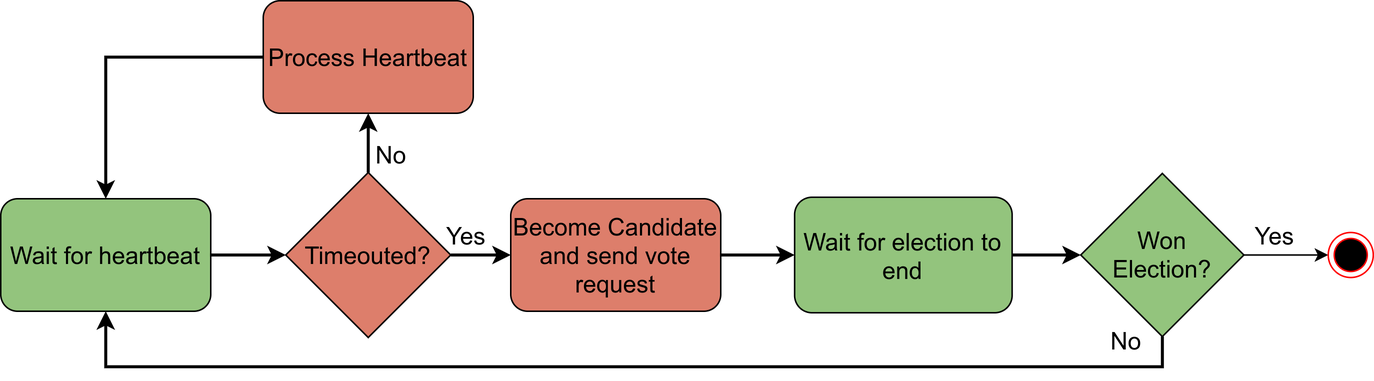
The draw.io diagram images/LeaderElectionHeartbeatThread.png in Boffmann/masterThesis, before a commit. Source tidied: cells renumbered, new cells last; positions are measured from the earlier drawing's top-left corner, leaving out a move shared by most shapes.
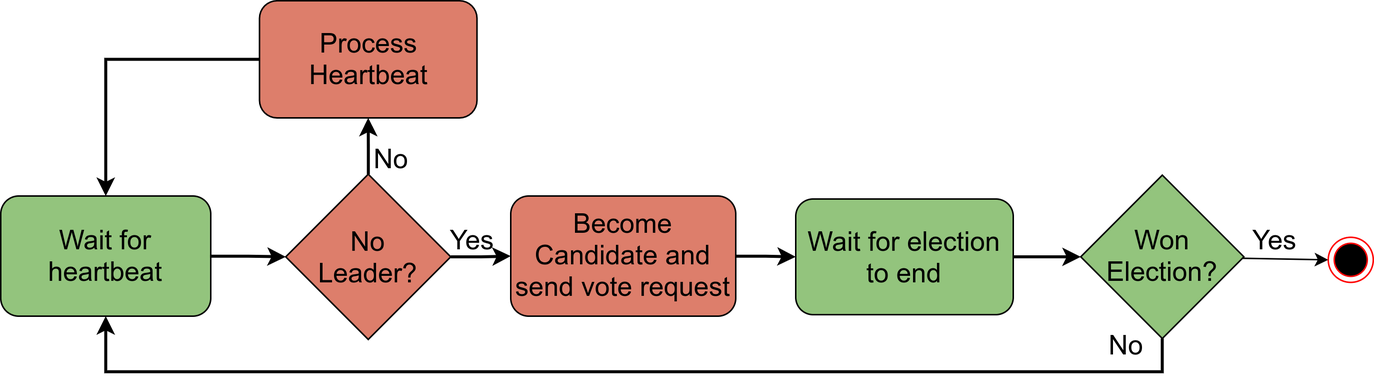
After the commit.

Diff of the diagram source:
```diff
@@ -5,8 +5,8 @@
     <mxCell id="2" style="edgeStyle=orthogonalEdgeStyle;rounded=0;jettySize=auto;html=1;entryX=0;entryY=0.5;entryDx=0;entryDy=0;endArrow=classic;endFill=1;strokeWidth=2;" parent="1" edge="1" source="3" target="6">
       <mxGeometry relative="1" as="geometry" />
     </mxCell>
-    <mxCell id="3" value="&lt;font style=&quot;font-size: 16px&quot;&gt;Wait for heartbeat&lt;/font&gt;" style="rounded=1;whiteSpace=wrap;html=1;fillColor=#93C47D;" parent="1" vertex="1">
-      <mxGeometry y="132" width="140" height="75" as="geometry" />
+    <mxCell id="3" value="&lt;font style=&quot;font-size: 18px&quot;&gt;Wait for heartbeat&lt;/font&gt;" style="rounded=1;whiteSpace=wrap;html=1;fillColor=#93C47D;" parent="1" vertex="1">
+      <mxGeometry y="127" width="140" height="80" as="geometry" />
     </mxCell>
     <mxCell id="4" style="edgeStyle=orthogonalEdgeStyle;rounded=0;jettySize=auto;html=1;entryX=0.5;entryY=1;entryDx=0;entryDy=0;endArrow=classic;endFill=1;strokeWidth=2;" parent="1" edge="1" source="6" target="8">
       <mxGeometry relative="1" as="geometry" />
@@ -14,26 +14,26 @@
     <mxCell id="5" style="edgeStyle=orthogonalEdgeStyle;rounded=0;jettySize=auto;html=1;entryX=0;entryY=0.5;entryDx=0;entryDy=0;endArrow=classic;endFill=1;strokeWidth=2;" parent="1" edge="1" source="6" target="10">
       <mxGeometry relative="1" as="geometry" />
     </mxCell>
-    <mxCell id="6" value="&lt;font style=&quot;font-size: 16px&quot;&gt;Timeouted?&lt;/font&gt;" style="rhombus;whiteSpace=wrap;html=1;fillColor=#DD7E6B;" parent="1" vertex="1">
-      <mxGeometry x="190" y="114.5" width="110" height="110" as="geometry" />
+    <mxCell id="6" value="&lt;font style=&quot;font-size: 18px&quot;&gt;No&lt;br&gt;Leader?&lt;/font&gt;" style="rhombus;whiteSpace=wrap;html=1;fillColor=#DD7E6B;" parent="1" vertex="1">
+      <mxGeometry x="190" y="112.5" width="110" height="110" as="geometry" />
     </mxCell>
     <mxCell id="7" style="edgeStyle=orthogonalEdgeStyle;rounded=0;jettySize=auto;html=1;entryX=0.5;entryY=0;entryDx=0;entryDy=0;endArrow=classic;endFill=1;strokeWidth=2;" parent="1" edge="1" source="8" target="3">
       <mxGeometry relative="1" as="geometry" />
     </mxCell>
-    <mxCell id="8" value="&lt;font style=&quot;font-size: 16px&quot;&gt;Process Heartbeat&lt;/font&gt;" style="rounded=1;whiteSpace=wrap;html=1;fillColor=#DD7E6B;" parent="1" vertex="1">
-      <mxGeometry x="175" width="140" height="75" as="geometry" />
+    <mxCell id="8" value="&lt;font style=&quot;font-size: 18px&quot;&gt;Process Heartbeat&lt;/font&gt;" style="rounded=1;whiteSpace=wrap;html=1;fillColor=#DD7E6B;" parent="1" vertex="1">
+      <mxGeometry x="172.5" y="-3" width="145" height="78" as="geometry" />
     </mxCell>
     <mxCell id="9" style="edgeStyle=orthogonalEdgeStyle;rounded=0;jettySize=auto;html=1;entryX=0;entryY=0.5;entryDx=0;entryDy=0;endArrow=classic;endFill=1;strokeWidth=2;" parent="1" edge="1" source="10" target="12">
       <mxGeometry relative="1" as="geometry" />
     </mxCell>
-    <mxCell id="10" value="&lt;font style=&quot;font-size: 16px&quot;&gt;Become Candidate and send vote request&lt;/font&gt;" style="rounded=1;whiteSpace=wrap;html=1;gradientDirection=north;fillColor=#DD7E6B;" parent="1" vertex="1">
-      <mxGeometry x="340" y="132" width="140" height="75" as="geometry" />
+    <mxCell id="10" value="&lt;font style=&quot;font-size: 18px&quot;&gt;Become Candidate and send vote request&lt;/font&gt;" style="rounded=1;whiteSpace=wrap;html=1;gradientDirection=north;fillColor=#DD7E6B;" parent="1" vertex="1">
+      <mxGeometry x="340" y="127" width="150" height="80" as="geometry" />
     </mxCell>
     <mxCell id="11" style="edgeStyle=orthogonalEdgeStyle;rounded=0;jettySize=auto;html=1;entryX=0;entryY=0.5;entryDx=0;entryDy=0;endArrow=classic;endFill=1;strokeWidth=2;" parent="1" edge="1" source="12" target="15">
       <mxGeometry relative="1" as="geometry" />
     </mxCell>
-    <mxCell id="12" value="&lt;font style=&quot;font-size: 16px&quot;&gt;Wait for election to end&lt;/font&gt;" style="rounded=1;whiteSpace=wrap;html=1;fillColor=#93C47D;" parent="1" vertex="1">
-      <mxGeometry x="529.2" y="131" width="145" height="77" as="geometry" />
+    <mxCell id="12" value="&lt;font style=&quot;font-size: 18px&quot;&gt;Wait for election to end&lt;/font&gt;" style="rounded=1;whiteSpace=wrap;html=1;fillColor=#93C47D;" parent="1" vertex="1">
+      <mxGeometry x="530" y="129" width="145" height="77" as="geometry" />
     </mxCell>
     <mxCell id="13" style="edgeStyle=none;rounded=0;jettySize=auto;html=1;entryX=0;entryY=0.5;entryDx=0;entryDy=0;endArrow=classic;endFill=1;" parent="1" edge="1" source="15" target="16">
       <mxGeometry relative="1" as="geometry" />
@@ -46,23 +46,23 @@
         </Array>
       </mxGeometry>
     </mxCell>
-    <mxCell id="15" value="&lt;font style=&quot;font-size: 16px&quot;&gt;Won&lt;br&gt;Election?&lt;/font&gt;" style="rhombus;whiteSpace=wrap;html=1;fillColor=#93C47D;" parent="1" vertex="1">
-      <mxGeometry x="720" y="115.1" width="108.8" height="108.8" as="geometry" />
+    <mxCell id="15" value="&lt;font style=&quot;font-size: 18px&quot;&gt;Won&lt;br&gt;Election?&lt;/font&gt;" style="rhombus;whiteSpace=wrap;html=1;fillColor=#93C47D;" parent="1" vertex="1">
+      <mxGeometry x="720" y="113.1" width="108.8" height="108.8" as="geometry" />
     </mxCell>
     <mxCell id="16" style="ellipse;html=1;shape=endState;fillColor=#000000;strokeColor=#ff0000;" parent="1" vertex="1">
       <mxGeometry x="885" y="154.5" width="30" height="30" as="geometry" />
     </mxCell>
-    <mxCell id="17" value="&lt;font style=&quot;font-size: 16px&quot;&gt;Yes&lt;/font&gt;" style="text;html=1;align=center;verticalAlign=middle;" parent="1" vertex="1">
+    <mxCell id="17" value="&lt;font style=&quot;font-size: 18px&quot;&gt;Yes&lt;/font&gt;" style="text;html=1;align=center;verticalAlign=middle;" parent="1" vertex="1">
       <mxGeometry x="828.8" y="147" width="40" height="20" as="geometry" />
     </mxCell>
-    <mxCell id="18" value="&lt;font style=&quot;font-size: 16px&quot;&gt;No&lt;/font&gt;" style="text;html=1;align=center;verticalAlign=middle;" parent="1" vertex="1">
+    <mxCell id="18" value="&lt;font style=&quot;font-size: 18px&quot;&gt;No&lt;/font&gt;" style="text;html=1;align=center;verticalAlign=middle;" parent="1" vertex="1">
       <mxGeometry x="730" y="217" width="40" height="20" as="geometry" />
     </mxCell>
-    <mxCell id="19" value="&lt;font style=&quot;font-size: 16px&quot;&gt;No&lt;/font&gt;" style="text;html=1;align=center;verticalAlign=middle;" parent="1" vertex="1">
+    <mxCell id="19" value="&lt;font style=&quot;font-size: 18px&quot;&gt;No&lt;/font&gt;" style="text;html=1;align=center;verticalAlign=middle;" parent="1" vertex="1">
       <mxGeometry x="240" y="92.5" width="40" height="20" as="geometry" />
     </mxCell>
-    <mxCell id="20" value="&lt;font style=&quot;font-size: 16px&quot;&gt;Yes&lt;/font&gt;" style="text;html=1;align=center;verticalAlign=middle;" parent="1" vertex="1">
-      <mxGeometry x="290" y="147" width="40" height="20" as="geometry" />
+    <mxCell id="20" value="&lt;font style=&quot;font-size: 18px&quot;&gt;Yes&lt;/font&gt;" style="text;html=1;align=center;verticalAlign=middle;" parent="1" vertex="1">
+      <mxGeometry x="294" y="147" width="40" height="20" as="geometry" />
     </mxCell>
   </root>
 </mxGraphModel>
```
